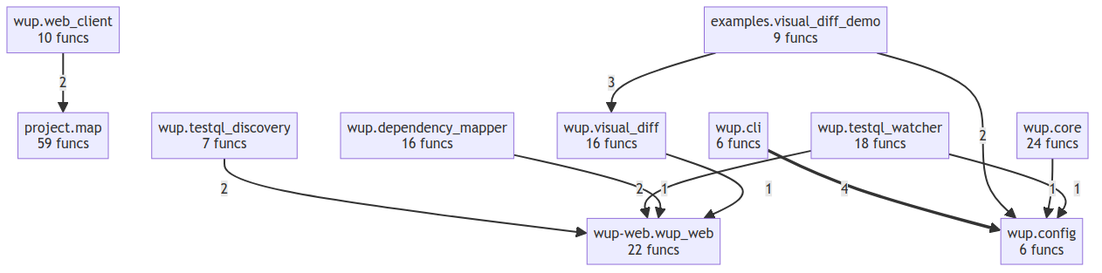
This is project/compact_flow.png from semcod/wup, a Mermaid export, as it was before one commit. Its source is kept beside it as project/compact_flow.mmd. Source of this version:
```mermaid
flowchart TD
    examples__visual_diff_demo["examples.visual_diff_demo<br/>9 funcs"]
    project__map["project.map<br/>59 funcs"]
    wupbro__wupbro["wupbro.wupbro<br/>22 funcs"]
    wup__cli["wup.cli<br/>6 funcs"]
    wup__config["wup.config<br/>6 funcs"]
    wup__core["wup.core<br/>24 funcs"]
    wup__dependency_mapper["wup.dependency_mapper<br/>16 funcs"]
    wup__testql_discovery["wup.testql_discovery<br/>7 funcs"]
    wup__testql_watcher["wup.testql_watcher<br/>18 funcs"]
    wup__visual_diff["wup.visual_diff<br/>16 funcs"]
    wup__web_client["wup.web_client<br/>10 funcs"]
    wup__cli ==>|4| wup__config
    examples__visual_diff_demo -->|3| wup__visual_diff
    wup__testql_discovery -->|2| wupbro__wupbro
    examples__visual_diff_demo -->|2| wup__config
    wup__web_client -->|2| project__map
    wup__testql_watcher -->|2| wupbro__wupbro
    wup__dependency_mapper -->|1| wupbro__wupbro
    wup__core -->|1| wup__config
    wup__visual_diff -->|1| wupbro__wupbro
    wup__testql_watcher -->|1| wup__config
```
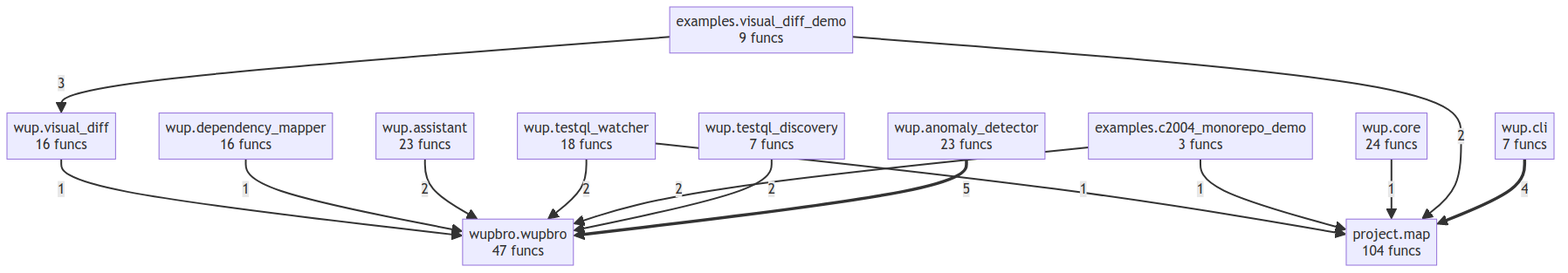
Later version of the same file.

The edit, as a diff of the source:
```diff
@@ -1,22 +1,26 @@
 flowchart TD
+    examples__c2004_monorepo_demo["examples.c2004_monorepo_demo<br/>3 funcs"]
     examples__visual_diff_demo["examples.visual_diff_demo<br/>9 funcs"]
-    project__map["project.map<br/>59 funcs"]
-    wupbro__wupbro["wupbro.wupbro<br/>22 funcs"]
-    wup__cli["wup.cli<br/>6 funcs"]
-    wup__config["wup.config<br/>6 funcs"]
+    project__map["project.map<br/>104 funcs"]
+    wup__anomaly_detector["wup.anomaly_detector<br/>23 funcs"]
+    wup__assistant["wup.assistant<br/>23 funcs"]
+    wup__cli["wup.cli<br/>7 funcs"]
     wup__core["wup.core<br/>24 funcs"]
     wup__dependency_mapper["wup.dependency_mapper<br/>16 funcs"]
     wup__testql_discovery["wup.testql_discovery<br/>7 funcs"]
     wup__testql_watcher["wup.testql_watcher<br/>18 funcs"]
     wup__visual_diff["wup.visual_diff<br/>16 funcs"]
-    wup__web_client["wup.web_client<br/>10 funcs"]
-    wup__cli ==>|4| wup__config
+    wupbro__wupbro["wupbro.wupbro<br/>47 funcs"]
+    wup__anomaly_detector ==>|5| wupbro__wupbro
+    wup__cli ==>|4| project__map
     examples__visual_diff_demo -->|3| wup__visual_diff
     wup__testql_discovery -->|2| wupbro__wupbro
-    examples__visual_diff_demo -->|2| wup__config
-    wup__web_client -->|2| project__map
+    examples__visual_diff_demo -->|2| project__map
+    examples__c2004_monorepo_demo -->|2| wupbro__wupbro
     wup__testql_watcher -->|2| wupbro__wupbro
+    wup__assistant -->|2| wupbro__wupbro
     wup__dependency_mapper -->|1| wupbro__wupbro
-    wup__core -->|1| wup__config
+    wup__core -->|1| project__map
     wup__visual_diff -->|1| wupbro__wupbro
-    wup__testql_watcher -->|1| wup__config
+    examples__c2004_monorepo_demo -->|1| project__map
+    wup__testql_watcher -->|1| project__map
```
